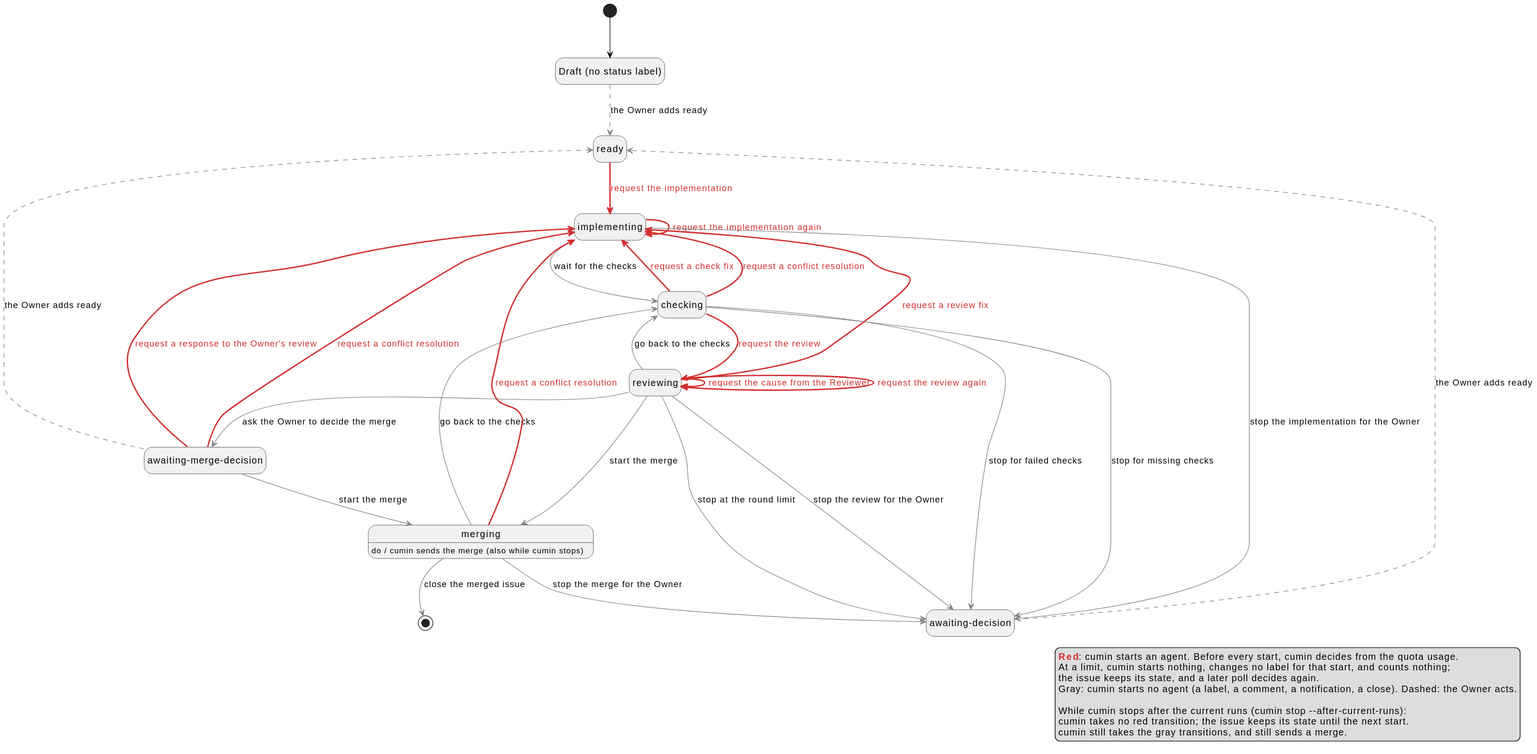
Above: docs/ja/requirements/workflow/implementation-issue-agent-starts.svg in cloveclovedev/cumin-works (PlantUML), before the change.
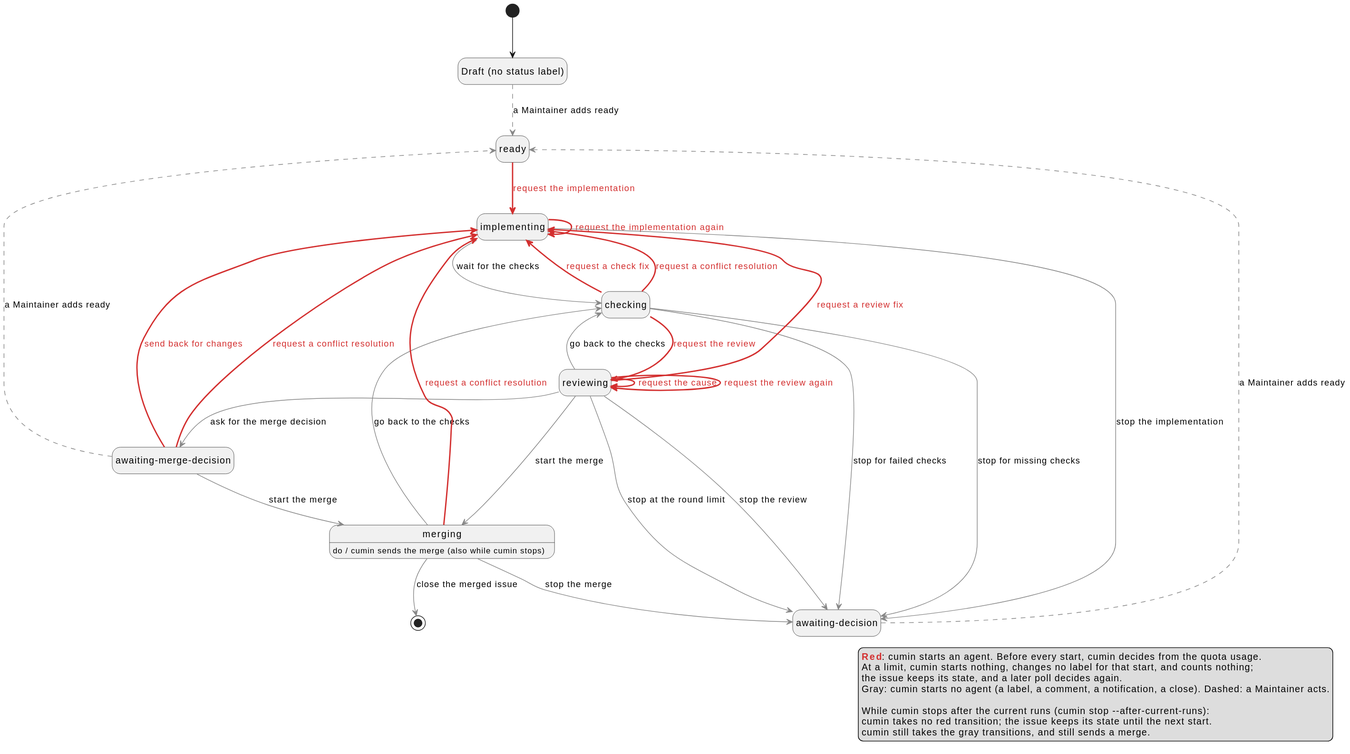
After the commit.

Commit message:
docs(requirements): use the three names and the new transition names in the states of an issue (#585)

What changed in the source:
```diff
@@ -7,17 +7,17 @@
 state "implementing" as Implementing
 state "checking" as Checks
 state "reviewing" as Reviewing
-state "awaiting-merge-decision" as OwnerReview
+state "awaiting-merge-decision" as MergeDecision
 state "merging" as Merging
 Merging : do / cumin sends the merge (also while cumin stops)
 state "awaiting-decision" as Decision
 
 [*] --> Draft
-Draft -[#888888,dashed]-> Ready : the Owner adds ready
+Draft -[#888888,dashed]-> Ready : a Maintainer adds ready
 Ready -[#D32F2F,bold]-> Implementing : <color:#D32F2F>request the implementation</color>
 Implementing -[#888888]-> Checks : wait for the checks
 Implementing -[#D32F2F,bold]-> Implementing : <color:#D32F2F>request the implementation again</color>
-Implementing -[#888888]-> Decision : stop the implementation for the Owner
+Implementing -[#888888]-> Decision : stop the implementation
 Checks -[#D32F2F,bold]-> Reviewing : <color:#D32F2F>request the review</color>
 Checks -[#D32F2F,bold]-> Implementing : <color:#D32F2F>request a check fix</color>
 Checks -[#888888]-> Decision : stop for failed checks
@@ -25,27 +25,27 @@
 Checks -[#888888]-> Decision : stop for missing checks
 Reviewing -[#D32F2F,bold]-> Implementing : <color:#D32F2F>request a review fix</color>
 Reviewing -[#888888]-> Merging : start the merge
-Reviewing -[#888888]-> OwnerReview : ask the Owner to decide the merge
-Reviewing -[#D32F2F,bold]-> Reviewing : <color:#D32F2F>request the cause from the Reviewer</color>
+Reviewing -[#888888]-> MergeDecision : ask for the merge decision
+Reviewing -[#D32F2F,bold]-> Reviewing : <color:#D32F2F>request the cause</color>
 Reviewing -[#888888]-> Decision : stop at the round limit
-Reviewing -[#888888]-> Decision : stop the review for the Owner
+Reviewing -[#888888]-> Decision : stop the review
 Reviewing -[#888888]-> Checks : go back to the checks
 Reviewing -[#D32F2F,bold]-> Reviewing : <color:#D32F2F>request the review again</color>
-OwnerReview -[#888888]-> Merging : start the merge
-OwnerReview -[#D32F2F,bold]-> Implementing : <color:#D32F2F>request a response to the Owner's review</color>
-OwnerReview -[#D32F2F,bold]-> Implementing : <color:#D32F2F>request a conflict resolution</color>
-OwnerReview -[#888888,dashed]-> Ready : the Owner adds ready
+MergeDecision -[#888888]-> Merging : start the merge
+MergeDecision -[#D32F2F,bold]-> Implementing : <color:#D32F2F>send back for changes</color>
+MergeDecision -[#D32F2F,bold]-> Implementing : <color:#D32F2F>request a conflict resolution</color>
+MergeDecision -[#888888,dashed]-> Ready : a Maintainer adds ready
 Merging -[#888888]-> [*] : close the merged issue
 Merging -[#888888]-> Checks : go back to the checks
 Merging -[#D32F2F,bold]-> Implementing : <color:#D32F2F>request a conflict resolution</color>
-Merging -[#888888]-> Decision : stop the merge for the Owner
-Decision -[#888888,dashed]-> Ready : the Owner adds ready
+Merging -[#888888]-> Decision : stop the merge
+Decision -[#888888,dashed]-> Ready : a Maintainer adds ready
 
 legend right
   <color:#D32F2F>**Red**</color>: cumin starts an agent. Before every start, cumin decides from the quota usage.
   At a limit, cumin starts nothing, changes no label for that start, and counts nothing;
   the issue keeps its state, and a later poll decides again.
-  Gray: cumin starts no agent (a label, a comment, a notification, a close). Dashed: the Owner acts.
+  Gray: cumin starts no agent (a label, a comment, a notification, a close). Dashed: a Maintainer acts.
 
   While cumin stops after the current runs (cumin stop --after-current-runs):
   cumin takes no red transition; the issue keeps its state until the next start.
```
